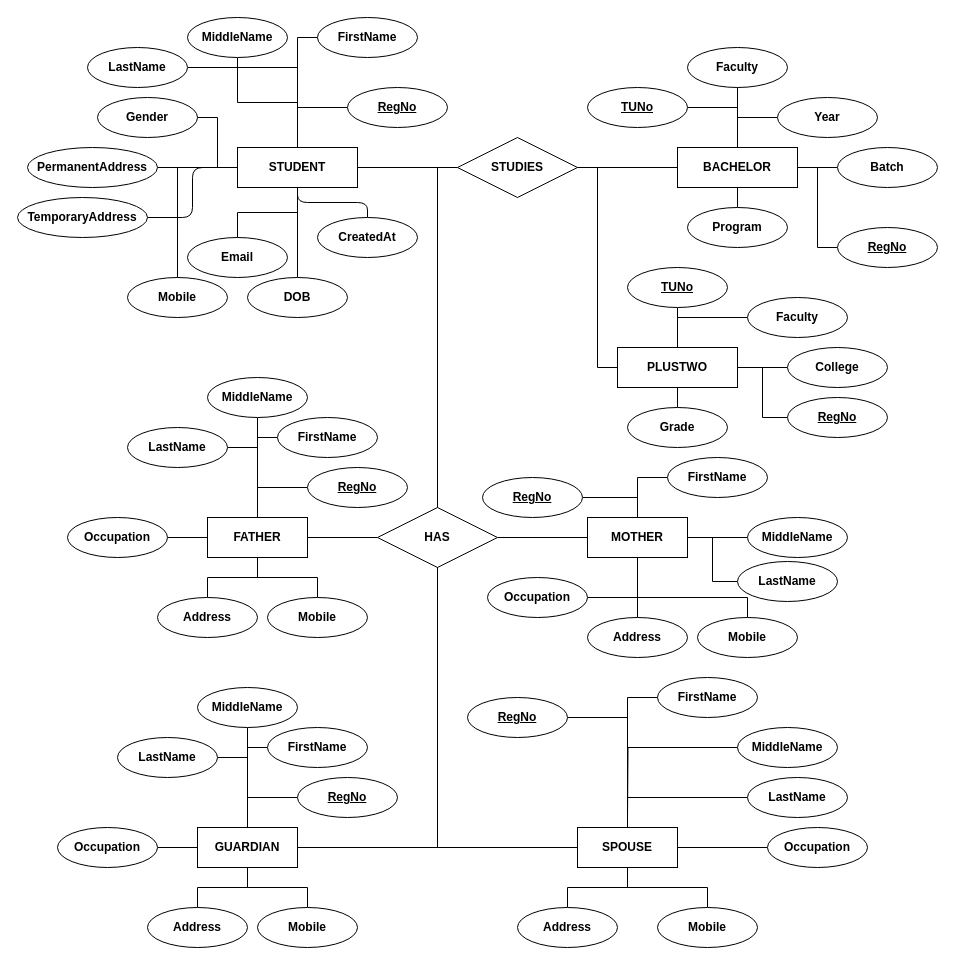
kabirdeula/BrownPearl keeps this draw.io diagram as page "ER-Diagram" (1 of 2) of images/doc/BrownPearl.drawio. Above is the earlier version. Source tidied: cells renumbered, new cells numbered last; positions are measured from the earlier drawing's top-left corner, leaving out a move shared by most shapes. Both pictures are drawn from the tidied source at 100%, with x=0, y=0 at pixel (17, 17).
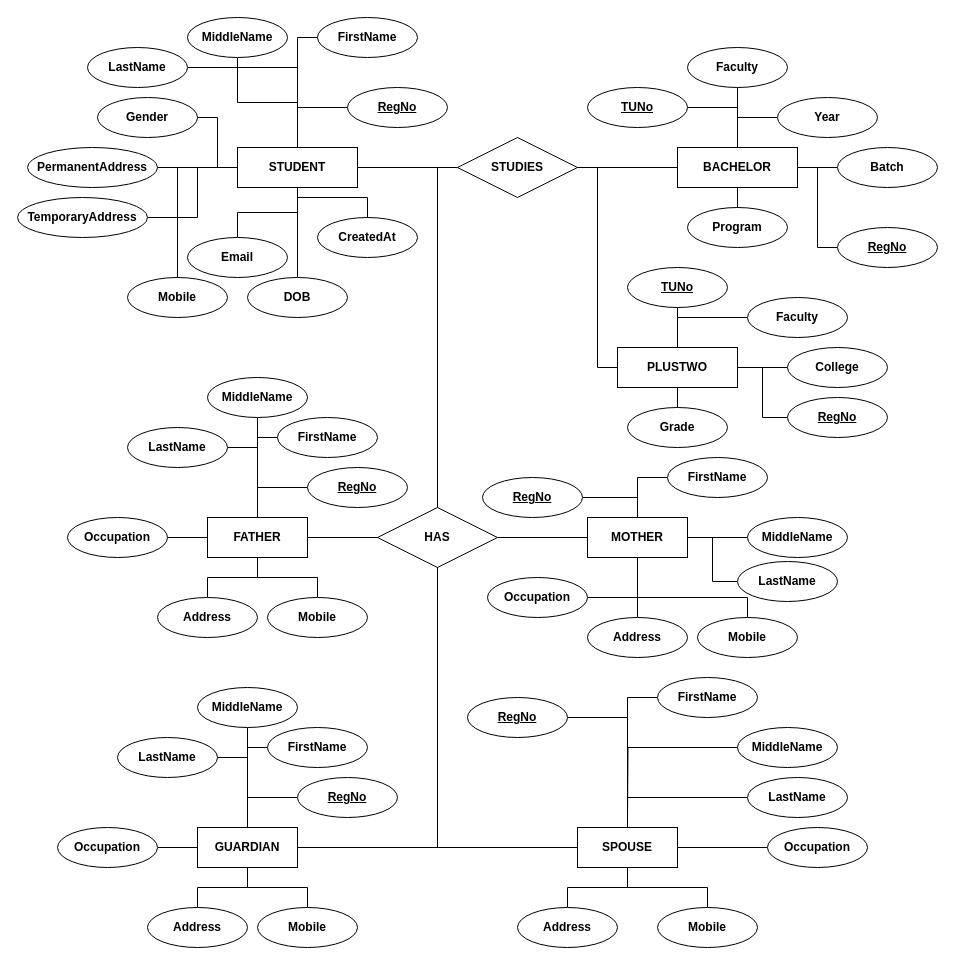
The same diagram, later.

Unchanged cells that the change refers to:
```xml
<mxCell id="36" value="&lt;b&gt;STUDENT&lt;/b&gt;" style="whiteSpace=wrap;html=1;align=center;" parent="1" vertex="1">
  <mxGeometry x="220" y="130" width="120" height="40" as="geometry" />
</mxCell>
<mxCell id="118" value="&lt;b&gt;TemporaryAddress&lt;/b&gt;" style="ellipse;whiteSpace=wrap;html=1;align=center;" parent="1" vertex="1">
  <mxGeometry y="180" width="130" height="40" as="geometry" />
</mxCell>
<mxCell id="119" value="&lt;b&gt;CreatedAt&lt;/b&gt;" style="ellipse;whiteSpace=wrap;html=1;align=center;" parent="1" vertex="1">
  <mxGeometry x="300" y="200" width="100" height="40" as="geometry" />
</mxCell>
```

Change to the diagram source:
```diff
@@
-    <mxCell id="35" style="edgeStyle=orthogonalEdgeStyle;html=1;entryX=0.5;entryY=0;entryDx=0;entryDy=0;endArrow=none;endFill=0;elbow=vertical;" parent="1" edge="1" source="36" target="119">
-      <mxGeometry relative="1" as="geometry" />
-    </mxCell>
@@
-    <mxCell id="117" style="html=1;entryX=0;entryY=0.5;entryDx=0;entryDy=0;endArrow=none;endFill=0;exitX=1;exitY=0.5;exitDx=0;exitDy=0;edgeStyle=orthogonalEdgeStyle;elbow=vertical;" parent="1" edge="1" source="118" target="36">
-      <mxGeometry relative="1" as="geometry" />
+    <mxCell id="117" style="edgeStyle=orthogonalEdgeStyle;rounded=0;jettySize=auto;html=1;entryX=0;entryY=0.5;entryDx=0;entryDy=0;endArrow=none;endFill=0;" parent="1" edge="1" source="118" target="36">
+      <mxGeometry relative="1" as="geometry">
+        <Array as="points">
+          <mxPoint x="180" y="200" />
+          <mxPoint x="180" y="150" />
+        </Array>
+      </mxGeometry>
     </mxCell>
@@
+    <mxCell id="120" style="edgeStyle=orthogonalEdgeStyle;rounded=0;jettySize=auto;html=1;endArrow=none;endFill=0;" parent="1" edge="1" source="119" target="36">
+      <mxGeometry relative="1" as="geometry" />
+    </mxCell>
```
